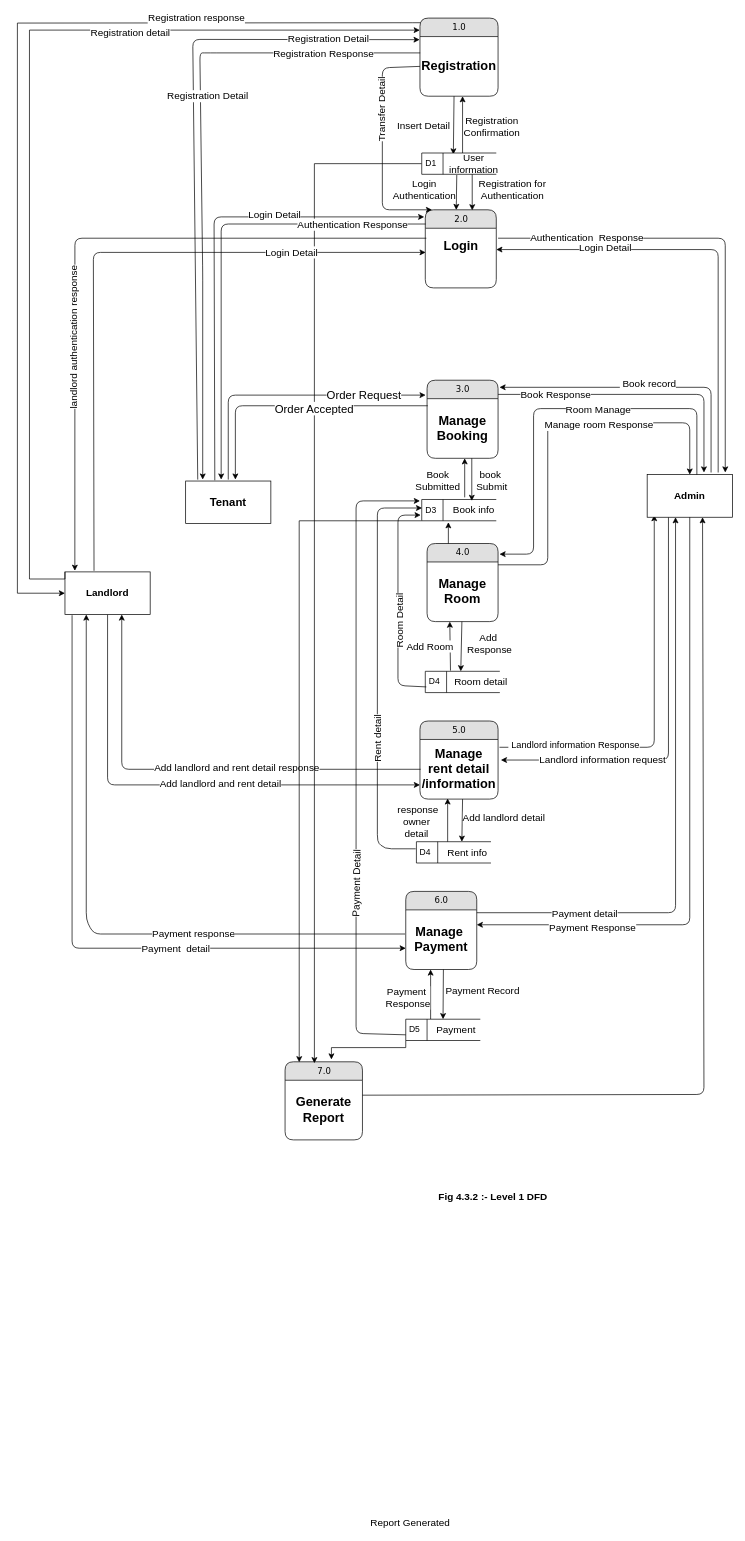
This is page "Level 1 DFD" (1 of 5) of GharBeti(Diagrams).drawio from Sbdpratik/gharbeti, a draw.io file, before an edit. Source tidied: cells renumbered, new cells numbered last; positions are measured from the earlier drawing's top-left corner, leaving out a move shared by most shapes. Both pictures are drawn from the tidied source at 71%, with x=0, y=0 at pixel (17, 18).
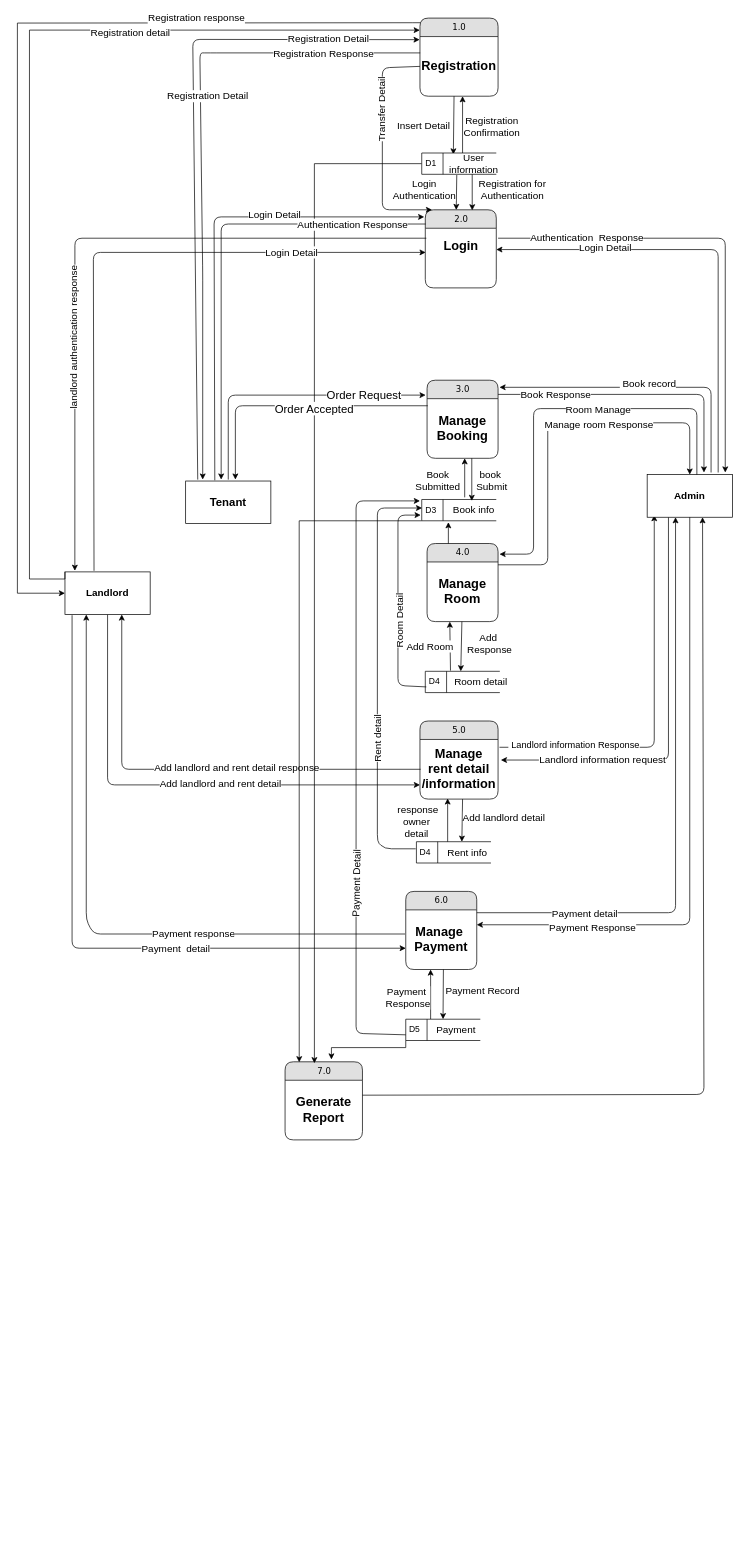
The same diagram, later.

Unchanged cells that the change refers to:
```xml
<mxCell id="99" style="endArrow=classic;html=1;entryX=0.65;entryY=1;entryDx=0;entryDy=0;exitX=1;exitY=0.25;exitDx=0;exitDy=0;entryPerimeter=0;" parent="1" edge="1" source="25" target="66">
  <mxGeometry relative="1" as="geometry">
    <Array as="points">
      <mxPoint x="967" y="1516" />
    </Array>
  </mxGeometry>
</mxCell>
```

The edit, as a diff of the source:
```diff
@@
-    <mxCell id="100" value="&lt;font style=&quot;font-size: 14px&quot;&gt;Report Generated&lt;/font&gt;" style="edgeLabel;html=1;align=center;verticalAlign=middle;" parent="99" vertex="1">
-      <mxGeometry x="-0.62" y="1" relative="1" as="geometry">
-        <mxPoint x="-179.5" y="603" as="offset" />
-      </mxGeometry>
-    </mxCell>
@@
-    <mxCell id="103" value="&lt;font style=&quot;font-size: 14px&quot;&gt;&lt;b&gt;Fig 4.3.2 :- Level 1 DFD&amp;nbsp;&lt;/b&gt;&lt;/font&gt;" style="text;html=1;strokeColor=none;fillColor=none;align=center;verticalAlign=middle;whiteSpace=wrap;rounded=0;" parent="1" vertex="1">
-      <mxGeometry x="497" y="1650" width="350" height="20" as="geometry" />
-    </mxCell>
```
